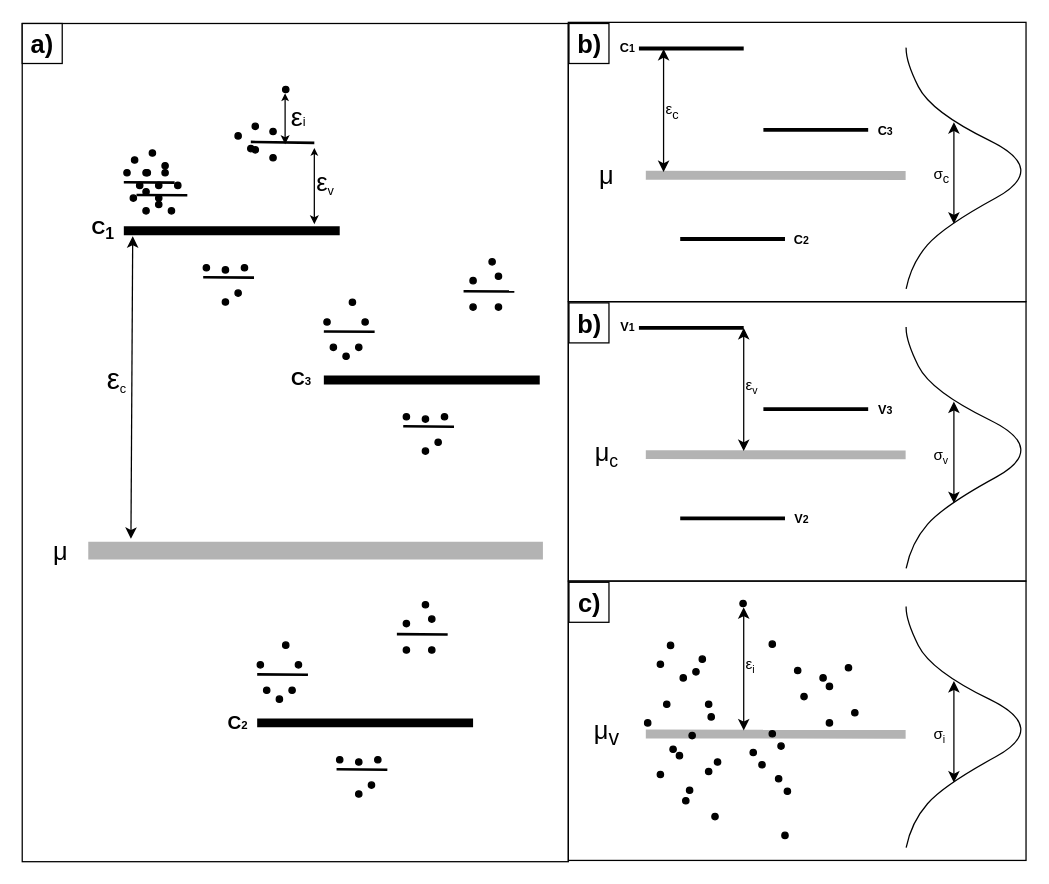
The draw.io diagram diagrams/multi-level-model-shcematic.drawio in l-gorman/chapter-6-analysis, before the edit. Source tidied: cells renumbered, new cells numbered last; positions are measured from the earlier drawing's top-left corner, leaving out a move shared by most shapes. Both pictures are drawn from the tidied source at 127%, with x=0, y=0 at pixel (22, 22).
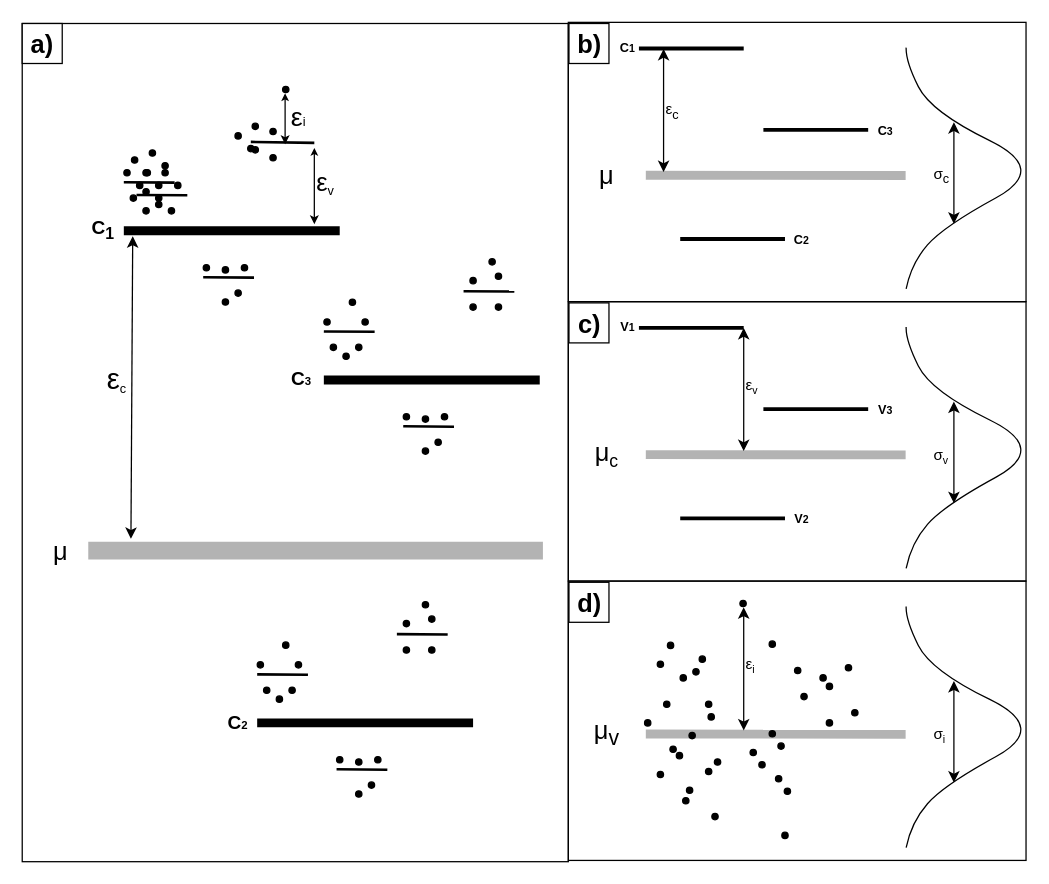
The same diagram, later.

Diff of the diagram source:
```diff
@@
-    <mxCell id="106" value="&lt;b&gt;&lt;font style=&quot;font-size: 20px;&quot;&gt;b)&lt;/font&gt;&lt;/b&gt;" style="whiteSpace=wrap;html=1;" parent="1" vertex="1">
+    <mxCell id="106" value="&lt;b&gt;&lt;font style=&quot;font-size: 20px;&quot;&gt;c)&lt;/font&gt;&lt;/b&gt;" style="whiteSpace=wrap;html=1;" parent="1" vertex="1">
       <mxGeometry x="430.5" y="221" width="31.5" height="31.5" as="geometry" />
     </mxCell>
@@
-    <mxCell id="115" value="&lt;b&gt;&lt;font style=&quot;font-size: 20px;&quot;&gt;c)&lt;/font&gt;&lt;/b&gt;" style="whiteSpace=wrap;html=1;" parent="1" vertex="1">
+    <mxCell id="115" value="&lt;b&gt;&lt;font style=&quot;font-size: 20px;&quot;&gt;d)&lt;/font&gt;&lt;/b&gt;" style="whiteSpace=wrap;html=1;" parent="1" vertex="1">
       <mxGeometry x="430.5" y="441" width="31.5" height="31.5" as="geometry" />
     </mxCell>
```
